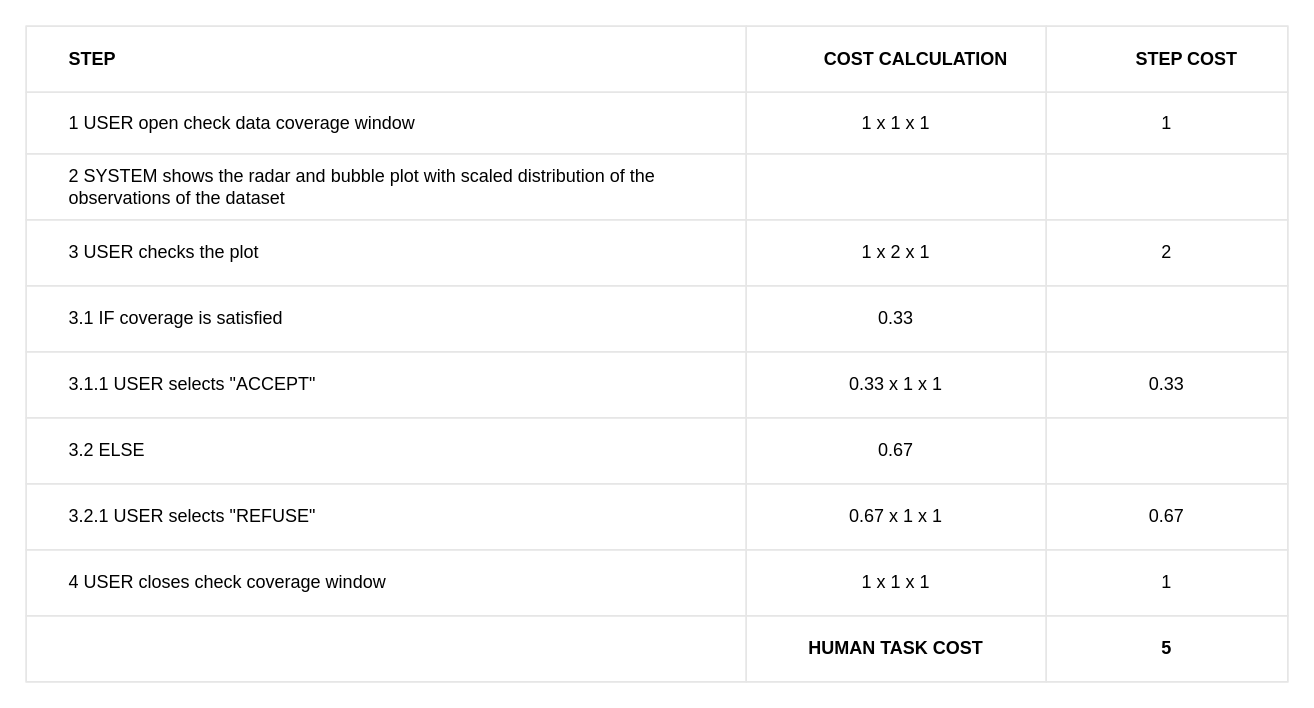
BaffoBello14/AutomaticDamagesRecognition keeps this draw.io diagram as check coverage/check_coverage_table.drawio. Above is the earlier version. Source tidied: cells renumbered, new cells numbered last; positions are measured from the earlier drawing's top-left corner, leaving out a move shared by most shapes. Both pictures are drawn from the tidied source at 150%, with x=0, y=0 at pixel (26, 26).
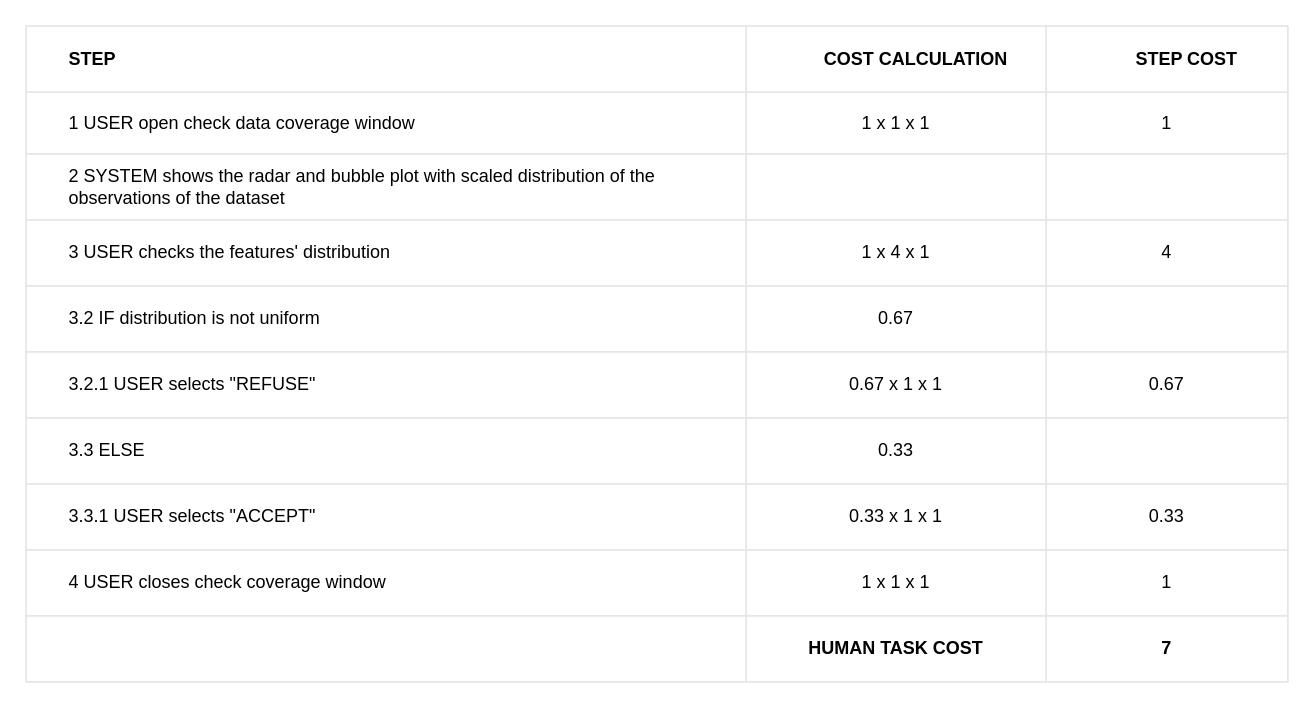
The same diagram, later.

Unchanged cells that the change refers to:
```xml
<mxCell id="2" style="childLayout=tableLayout;shadow=0;strokeColor=#E6E6E6;align=center;" parent="1" vertex="1">
  <mxGeometry width="841" height="437" as="geometry" />
</mxCell>
<mxCell id="15" style="shape=tableRow;horizontal=0;startSize=0;swimlaneHead=0;swimlaneBody=0;top=0;left=0;bottom=0;right=0;fontStyle=0;fillColor=none;strokeColor=inherit;align=center;" parent="2" vertex="1">
  <mxGeometry y="129" width="841" height="44" as="geometry" />
</mxCell>
<mxCell id="19" style="shape=tableRow;horizontal=0;startSize=0;swimlaneHead=0;swimlaneBody=0;top=0;left=0;bottom=0;right=0;fontStyle=0;fillColor=none;strokeColor=inherit;align=center;" parent="2" vertex="1">
  <mxGeometry y="173" width="841" height="44" as="geometry" />
</mxCell>
<mxCell id="39" style="shape=tableRow;horizontal=0;startSize=0;swimlaneHead=0;swimlaneBody=0;top=0;left=0;bottom=0;right=0;fontStyle=0;fillColor=none;strokeColor=inherit;align=center;" parent="2" vertex="1">
  <mxGeometry y="393" width="841" height="44" as="geometry" />
</mxCell>
```

The edit, as a diff of the source:
```diff
@@
-    <mxCell id="16" value="&lt;span style=&quot;white-space: pre;&quot;&gt;&#9;&lt;/span&gt;3&amp;nbsp;USER checks the plot" style="strokeColor=inherit;fillColor=none;align=left;whiteSpace=wrap;html=1;labelPosition=center;verticalLabelPosition=middle;verticalAlign=middle;" parent="15" vertex="1">
-      <mxGeometry width="480" height="44" as="geometry" />
-    </mxCell>
-    <mxCell id="17" value="1 x 2 x 1" style="strokeColor=inherit;fillColor=none;align=center;whiteSpace=wrap;html=1;" parent="15" vertex="1">
-      <mxGeometry x="480" width="200" height="44" as="geometry" />
-    </mxCell>
-    <mxCell id="18" value="2" style="strokeColor=inherit;fillColor=none;align=center;whiteSpace=wrap;html=1;" parent="15" vertex="1">
-      <mxGeometry x="680" width="161" height="44" as="geometry" />
-    </mxCell>
+    <mxCell id="43" value="&lt;span style=&quot;white-space: pre;&quot;&gt;&#9;&lt;/span&gt;3 USER checks the features' distribution" style="strokeColor=inherit;fillColor=none;align=left;whiteSpace=wrap;html=1;labelPosition=center;verticalLabelPosition=middle;verticalAlign=middle;" parent="15" vertex="1">
+      <mxGeometry width="480" height="44" as="geometry" />
+    </mxCell>
+    <mxCell id="44" value="1 x 4 x 1" style="strokeColor=inherit;fillColor=none;align=center;whiteSpace=wrap;html=1;" parent="15" vertex="1">
+      <mxGeometry x="480" width="200" height="44" as="geometry" />
+    </mxCell>
+    <mxCell id="45" value="4" style="strokeColor=inherit;fillColor=none;align=center;whiteSpace=wrap;html=1;" parent="15" vertex="1">
+      <mxGeometry x="680" width="161" height="44" as="geometry" />
+    </mxCell>
@@
-    <mxCell id="20" value="&lt;span style=&quot;white-space: pre;&quot;&gt;&#9;&lt;/span&gt;3.1&amp;nbsp;IF coverage is satisfied" style="strokeColor=inherit;fillColor=none;align=left;whiteSpace=wrap;html=1;labelPosition=center;verticalLabelPosition=middle;verticalAlign=middle;" parent="19" vertex="1">
+    <mxCell id="20" value="&lt;span style=&quot;white-space: pre;&quot;&gt;&#9;&lt;/span&gt;3.2 IF distribution is not uniform" style="strokeColor=inherit;fillColor=none;align=left;whiteSpace=wrap;html=1;labelPosition=center;verticalLabelPosition=middle;verticalAlign=middle;" parent="19" vertex="1">
       <mxGeometry width="480" height="44" as="geometry" />
     </mxCell>
-    <mxCell id="21" value="0.33" style="strokeColor=inherit;fillColor=none;align=center;whiteSpace=wrap;html=1;" parent="19" vertex="1">
+    <mxCell id="21" value="0.67" style="strokeColor=inherit;fillColor=none;align=center;whiteSpace=wrap;html=1;" parent="19" vertex="1">
       <mxGeometry x="480" width="200" height="44" as="geometry" />
     </mxCell>
@@
-    <mxCell id="23" style="shape=tableRow;horizontal=0;startSize=0;swimlaneHead=0;swimlaneBody=0;top=0;left=0;bottom=0;right=0;fontStyle=0;fillColor=none;strokeColor=inherit;align=center;" parent="2" vertex="1">
-      <mxGeometry y="217" width="841" height="44" as="geometry" />
-    </mxCell>
-    <mxCell id="24" value="&lt;span style=&quot;white-space: pre;&quot;&gt;&#9;&lt;/span&gt;3.1.1 USER selects &quot;ACCEPT&quot;" style="strokeColor=inherit;fillColor=none;align=left;whiteSpace=wrap;html=1;labelPosition=center;verticalLabelPosition=middle;verticalAlign=middle;" parent="23" vertex="1">
-      <mxGeometry width="480" height="44" as="geometry" />
-    </mxCell>
-    <mxCell id="25" value="0.33 x 1 x 1" style="strokeColor=inherit;fillColor=none;align=center;whiteSpace=wrap;html=1;" parent="23" vertex="1">
-      <mxGeometry x="480" width="200" height="44" as="geometry" />
-    </mxCell>
-    <mxCell id="26" value="0.33" style="strokeColor=inherit;fillColor=none;align=center;whiteSpace=wrap;html=1;" parent="23" vertex="1">
-      <mxGeometry x="680" width="161" height="44" as="geometry" />
-    </mxCell>
-    <mxCell id="27" style="shape=tableRow;horizontal=0;startSize=0;swimlaneHead=0;swimlaneBody=0;top=0;left=0;bottom=0;right=0;fontStyle=0;fillColor=none;strokeColor=inherit;align=center;" parent="2" vertex="1">
-      <mxGeometry y="261" width="841" height="44" as="geometry" />
-    </mxCell>
-    <mxCell id="28" value="&lt;span style=&quot;white-space: pre;&quot;&gt;&#9;&lt;/span&gt;3.2 ELSE" style="strokeColor=inherit;fillColor=none;align=left;whiteSpace=wrap;html=1;labelPosition=center;verticalLabelPosition=middle;verticalAlign=middle;" parent="27" vertex="1">
-      <mxGeometry width="480" height="44" as="geometry" />
-    </mxCell>
-    <mxCell id="29" value="0.67" style="strokeColor=inherit;fillColor=none;align=center;whiteSpace=wrap;html=1;" parent="27" vertex="1">
-      <mxGeometry x="480" width="200" height="44" as="geometry" />
-    </mxCell>
-    <mxCell id="30" style="strokeColor=inherit;fillColor=none;align=center;whiteSpace=wrap;html=1;" parent="27" vertex="1">
-      <mxGeometry x="680" width="161" height="44" as="geometry" />
-    </mxCell>
     <mxCell id="31" style="shape=tableRow;horizontal=0;startSize=0;swimlaneHead=0;swimlaneBody=0;top=0;left=0;bottom=0;right=0;fontStyle=0;fillColor=none;strokeColor=inherit;align=center;" parent="2" vertex="1">
-      <mxGeometry y="305" width="841" height="44" as="geometry" />
+      <mxGeometry y="217" width="841" height="44" as="geometry" />
     </mxCell>
@@
+    <mxCell id="27" style="shape=tableRow;horizontal=0;startSize=0;swimlaneHead=0;swimlaneBody=0;top=0;left=0;bottom=0;right=0;fontStyle=0;fillColor=none;strokeColor=inherit;align=center;" parent="2" vertex="1">
+      <mxGeometry y="261" width="841" height="44" as="geometry" />
+    </mxCell>
+    <mxCell id="46" value="&lt;span style=&quot;white-space: pre;&quot;&gt;&#9;&lt;/span&gt;3.3 ELSE" style="strokeColor=inherit;fillColor=none;align=left;whiteSpace=wrap;html=1;labelPosition=center;verticalLabelPosition=middle;verticalAlign=middle;" parent="27" vertex="1">
+      <mxGeometry width="480" height="44" as="geometry" />
+    </mxCell>
+    <mxCell id="47" value="0.33" style="strokeColor=inherit;fillColor=none;align=center;whiteSpace=wrap;html=1;" parent="27" vertex="1">
+      <mxGeometry x="480" width="200" height="44" as="geometry" />
+    </mxCell>
+    <mxCell id="30" style="strokeColor=inherit;fillColor=none;align=center;whiteSpace=wrap;html=1;" parent="27" vertex="1">
+      <mxGeometry x="680" width="161" height="44" as="geometry" />
+    </mxCell>
+    <mxCell id="48" style="shape=tableRow;horizontal=0;startSize=0;swimlaneHead=0;swimlaneBody=0;top=0;left=0;bottom=0;right=0;fontStyle=0;fillColor=none;strokeColor=inherit;align=center;" parent="2" vertex="1">
+      <mxGeometry y="305" width="841" height="44" as="geometry" />
+    </mxCell>
+    <mxCell id="49" value="&lt;span style=&quot;white-space: pre;&quot;&gt;&#9;&lt;/span&gt;3.3.1 USER selects &quot;ACCEPT&quot;" style="strokeColor=inherit;fillColor=none;align=left;whiteSpace=wrap;html=1;labelPosition=center;verticalLabelPosition=middle;verticalAlign=middle;" parent="48" vertex="1">
+      <mxGeometry width="480" height="44" as="geometry" />
+    </mxCell>
+    <mxCell id="25" value="0.33 x 1 x 1" style="strokeColor=inherit;fillColor=none;align=center;whiteSpace=wrap;html=1;" parent="48" vertex="1">
+      <mxGeometry x="480" width="200" height="44" as="geometry" />
+    </mxCell>
+    <mxCell id="26" value="0.33" style="strokeColor=inherit;fillColor=none;align=center;whiteSpace=wrap;html=1;" parent="48" vertex="1">
+      <mxGeometry x="680" width="161" height="44" as="geometry" />
+    </mxCell>
@@
-    <mxCell id="42" value="5" style="strokeColor=inherit;fillColor=none;align=center;whiteSpace=wrap;html=1;fontStyle=1;" parent="39" vertex="1">
+    <mxCell id="42" value="7" style="strokeColor=inherit;fillColor=none;align=center;whiteSpace=wrap;html=1;fontStyle=1;" parent="39" vertex="1">
       <mxGeometry x="680" width="161" height="44" as="geometry" />
     </mxCell>
```
